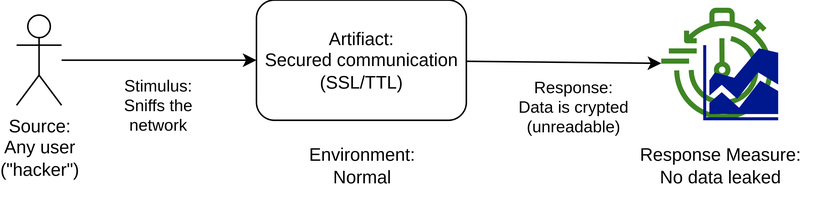
The draw.io diagram docs/scenarios/s2/s2.ssl.drawio.svg in HugoMendes98/HES_ASAD-roulette, before a commit. Source tidied: cells renumbered, new cells last; positions are measured from the earlier drawing's top-left corner, leaving out a move shared by most shapes.
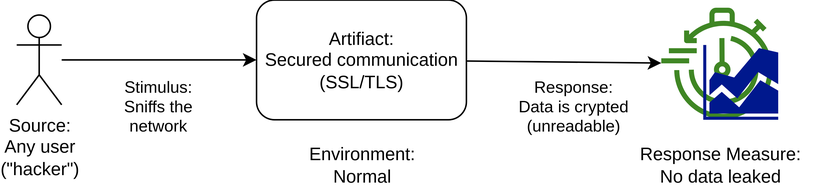
After the commit.

Commit message:
Add d1 scenario schemas

Change to the diagram source:
```diff
@@ -10,7 +10,7 @@
         <mxPoint x="-4" y="32" as="offset" />
       </mxGeometry>
     </mxCell>
-    <mxCell id="4" value="Artifiact:&lt;br&gt;Secured communication&lt;br&gt;(SSL/TTL)" style="shape=rect;html=1;rounded=1;whiteSpace=wrap;align=center;" parent="1" vertex="1">
+    <mxCell id="4" value="Artifiact:&lt;br&gt;Secured communication&lt;br&gt;(SSL/TLS)" style="shape=rect;html=1;rounded=1;whiteSpace=wrap;align=center;" parent="1" vertex="1">
       <mxGeometry x="160" width="140" height="80" as="geometry" />
     </mxCell>
     <mxCell id="5" style="edgeStyle=none;html=1;" parent="1" edge="1" source="7" target="4">
```
